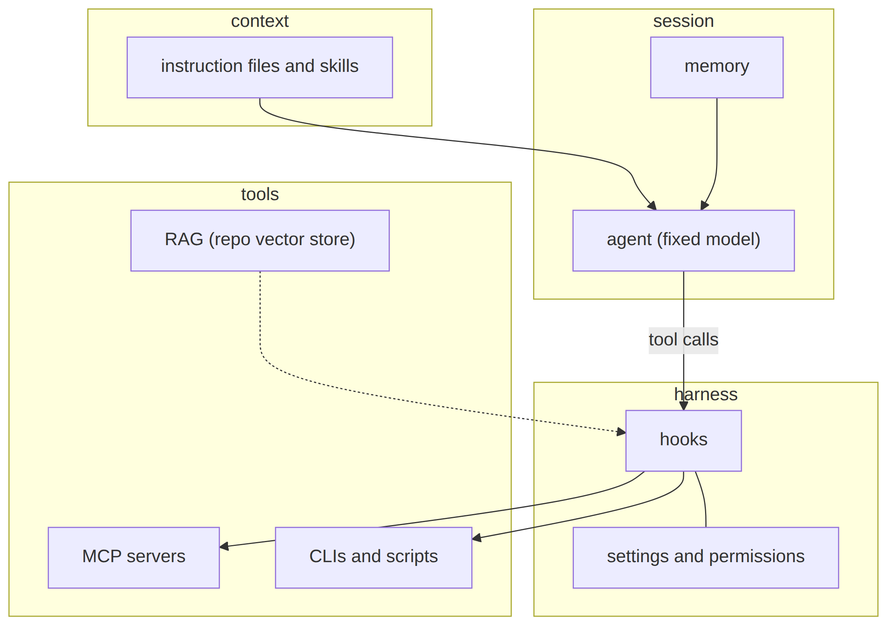
This is blog/_media/diagrams/rhsi-components.png from Piotr1215/cloudrumble, a Mermaid export, as it was before one commit. Its source is kept beside it as blog/_media/diagrams/rhsi-components.mmd.
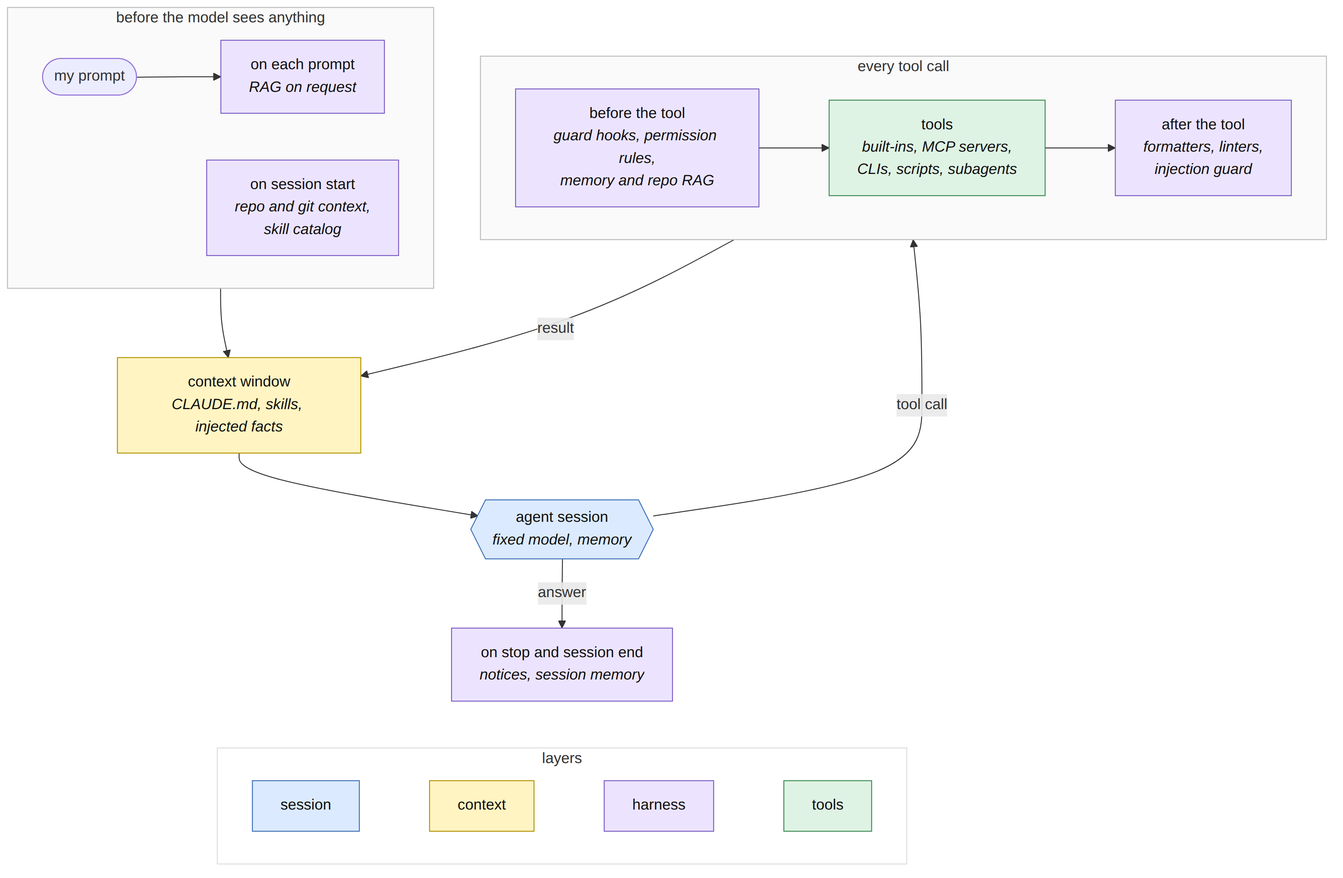
The same file after the commit.

Commit message:
docs(blog): tighten rhsi architecture around the two diagrams

What changed in the source:
```diff
@@ -1,24 +1,36 @@
 flowchart TB
-    subgraph S["session"]
-        A["agent (fixed model)"]
-        M["memory"]
+    subgraph IN["before the model sees anything"]
+        direction LR
+        P(["my prompt"]) --> UPS["on each prompt<br/><i>RAG on request</i>"]
+        SS["on session start<br/><i>repo and git context,<br/>skill catalog</i>"]
     end
-    subgraph C["context"]
-        I["instruction files and skills"]
+    CTX["context window<br/><i>CLAUDE.md, skills, injected facts</i>"]
+    AG{{"agent session<br/><i>fixed model, memory</i>"}}
+    subgraph TC["every tool call"]
+        direction LR
+        PRE["before the tool<br/><i>guard hooks, permission rules,<br/>memory and repo RAG</i>"] --> T["tools<br/><i>built-ins, MCP servers,<br/>CLIs, scripts, subagents</i>"] --> POST["after the tool<br/><i>formatters, linters,<br/>injection guard</i>"]
     end
-    subgraph H["harness"]
-        K["hooks"]
-        P["settings and permissions"]
+    END["on stop and session end<br/><i>notices, session memory</i>"]
+
+    IN --> CTX --> AG
+    AG -- "tool call" --> TC
+    TC -- "result" --> CTX
+    AG -- "answer" --> END
+
+    subgraph LG["layers"]
+        direction LR
+        L1["session"]:::session ~~~ L2["context"]:::context ~~~ L3["harness"]:::harness ~~~ L4["tools"]:::tools
     end
-    subgraph T["tools"]
-        MCP["MCP servers"]
-        CLI["CLIs and scripts"]
-        R["RAG (repo vector store)"]
-    end
-    I --> A
-    M --> A
-    A -- "tool calls" --> K
-    K --- P
-    K --> MCP
-    K --> CLI
-    R -.-> K
+    END ~~~ LG
+
+    classDef session fill:#dbeafe,stroke:#3b6fb6,color:#111
+    classDef context fill:#fff4c2,stroke:#b39200,color:#111
+    classDef harness fill:#ece4ff,stroke:#7a5cc4,color:#111
+    classDef tools fill:#dff3e4,stroke:#3c8a55,color:#111
+    class AG session
+    class CTX context
+    class SS,UPS,PRE,POST,END harness
+    class T tools
+    style IN fill:#fafafa,stroke:#bbb
+    style TC fill:#fafafa,stroke:#bbb
+    style LG fill:#ffffff,stroke:#ddd
```
